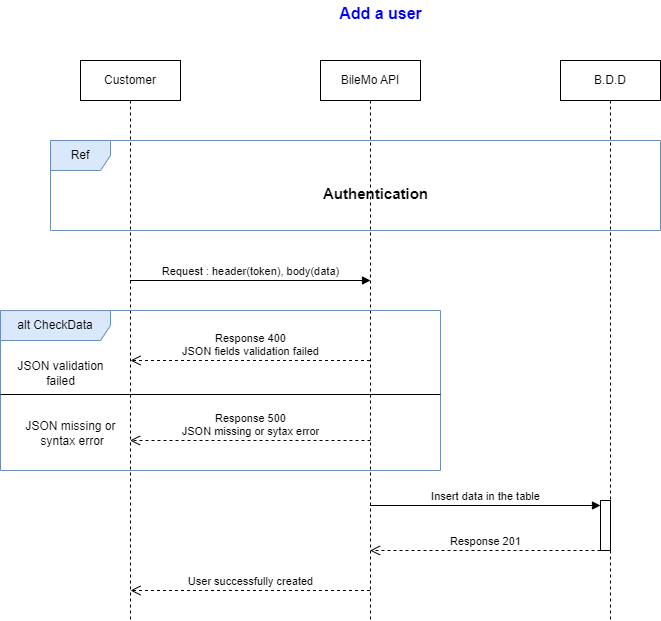
Above: UML/Sequence/addUser.png in Ammar-Khaoula/Web_Service_Exposant_Une_API_Projet7 (draw.io), before the change. Source tidied: cells renumbered, new cells last; positions are measured from the earlier drawing's top-left corner, leaving out a move shared by most shapes.
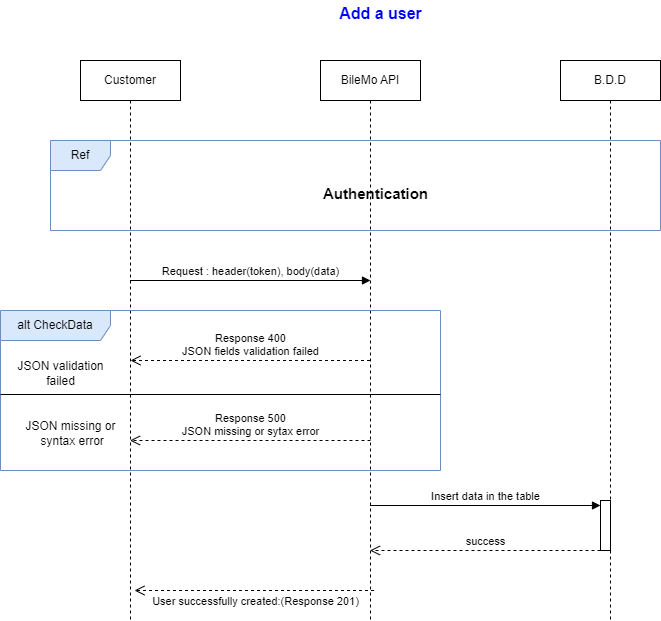
After the change.

Diff of the diagram source:
```diff
@@ -53,16 +53,20 @@
     <mxCell id="16" value="Insert data in the table" style="html=1;verticalAlign=bottom;endArrow=block;curved=0;rounded=0;entryX=0;entryY=0;entryDx=0;entryDy=5;" parent="1" edge="1" source="3" target="5">
       <mxGeometry relative="1" as="geometry" />
     </mxCell>
-    <mxCell id="17" value="Response 201" style="html=1;verticalAlign=bottom;endArrow=open;dashed=1;endSize=8;curved=0;rounded=0;" parent="1" edge="1" source="5" target="3">
+    <mxCell id="17" value="success" style="html=1;verticalAlign=bottom;endArrow=open;dashed=1;endSize=8;curved=0;rounded=0;" parent="1" edge="1" source="5" target="3">
       <mxGeometry relative="1" as="geometry">
         <Array as="points">
           <mxPoint x="480" y="550" />
         </Array>
       </mxGeometry>
     </mxCell>
-    <mxCell id="18" value="User successfully created" style="html=1;verticalAlign=bottom;endArrow=open;dashed=1;endSize=8;curved=0;rounded=0;" parent="1" edge="1" source="3">
-      <mxGeometry relative="1" as="geometry">
-        <mxPoint x="130" y="590" as="targetPoint" />
+    <mxCell id="18" value="User successfully created:(Response 201)" style="html=1;verticalAlign=bottom;endArrow=open;dashed=1;endSize=8;curved=0;rounded=0;" parent="1" edge="1">
+      <mxGeometry y="20" relative="1" as="geometry">
+        <mxPoint x="373.5" y="590" as="sourcePoint" />
+        <mxPoint x="134" y="590" as="targetPoint" />
+        <Array as="points">
+          <mxPoint x="194" y="590" />
+        </Array>
       </mxGeometry>
     </mxCell>
   </root>
```
